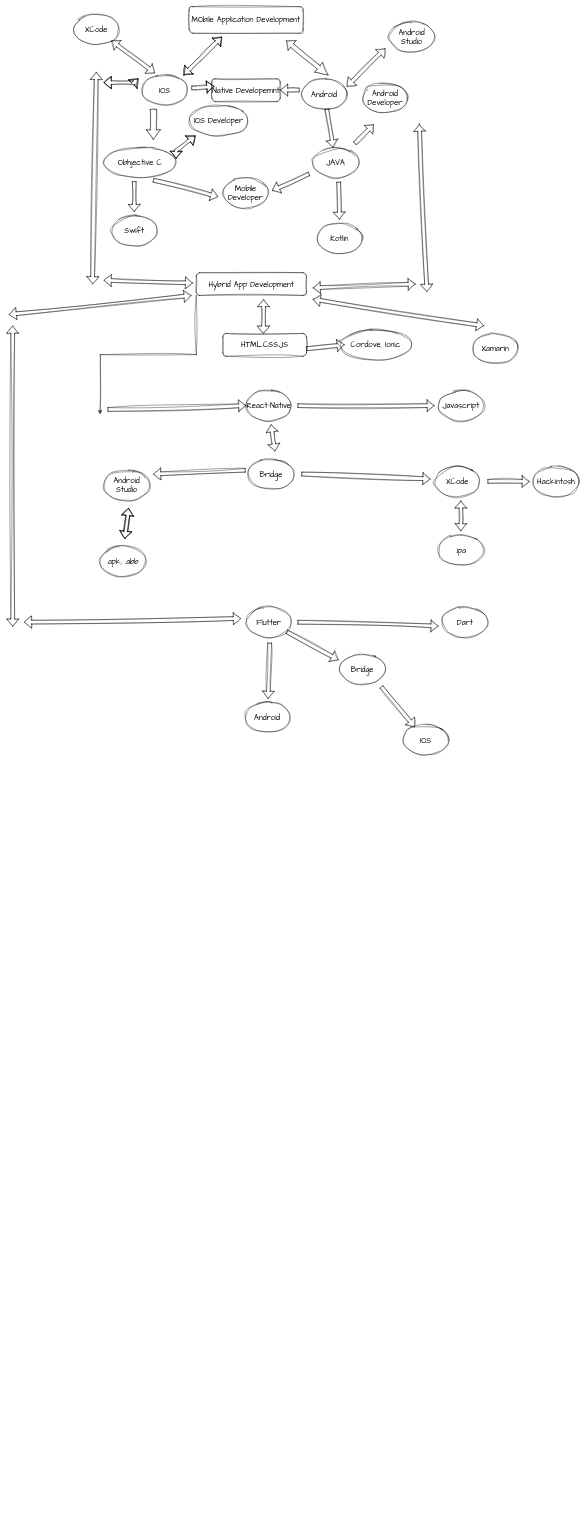
Ahmadjajja/Mobile_Application_Development keeps this draw.io diagram as Class-1 Introduction/Introduction.drawio. Above is the earlier version. Source tidied: cells renumbered, new cells numbered last; positions are measured from the earlier drawing's top-left corner, leaving out a move shared by most shapes. Both pictures are drawn from the tidied source at 38%, with x=0, y=0 at pixel (9, 6).
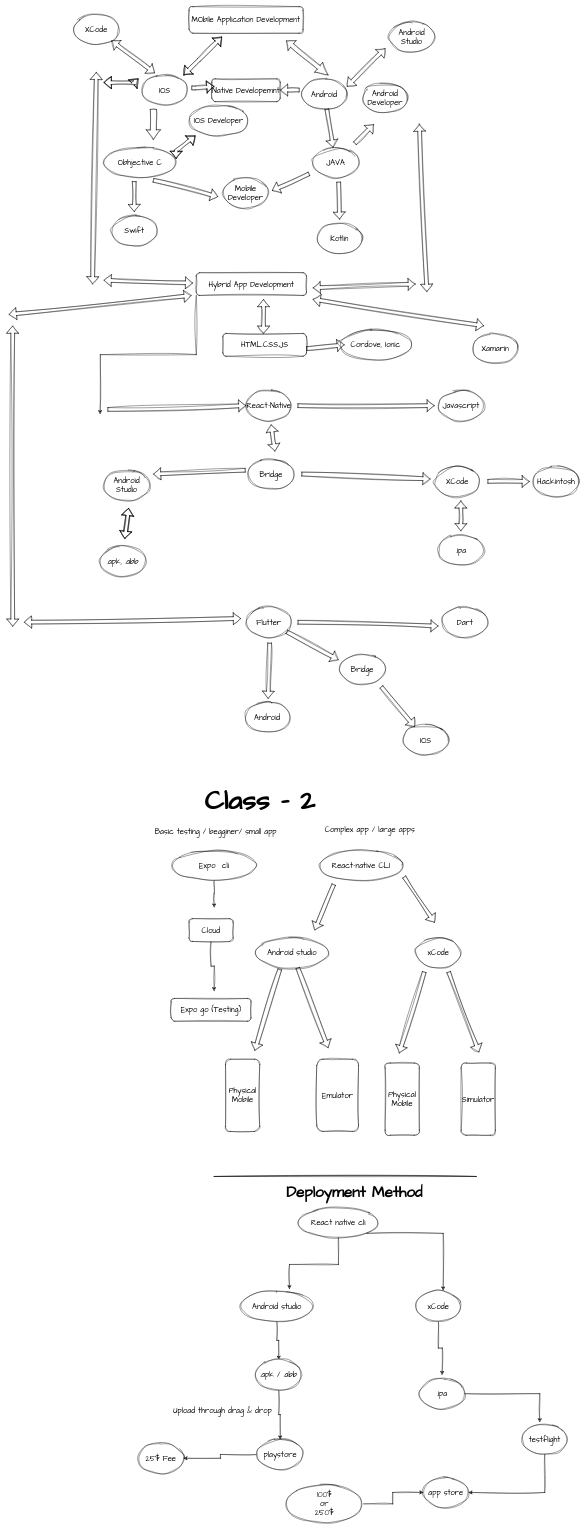
The same page after the edit.

The edit, as a diff of the source:
```diff
@@
+    <mxCell id="71" value="&lt;h1&gt;&lt;font style=&quot;font-size: 72px;&quot;&gt;Class - 2&lt;/font&gt;&lt;/h1&gt;" style="text;html=1;strokeColor=none;fillColor=none;spacing=5;spacingTop=-20;whiteSpace=wrap;overflow=hidden;rounded=0;fontSize=20;fontFamily=Architects Daughter;" parent="1" vertex="1">
+      <mxGeometry x="510" y="2030" width="360" height="120" as="geometry" />
+    </mxCell>
+    <mxCell id="72" style="edgeStyle=orthogonalEdgeStyle;rounded=0;sketch=1;hachureGap=4;jiggle=2;curveFitting=1;jettySize=auto;html=1;exitX=0.5;exitY=1;exitDx=0;exitDy=0;fontFamily=Architects Daughter;fontSize=16;" parent="1" edge="1" source="73">
+      <mxGeometry relative="1" as="geometry">
+        <mxPoint x="540" y="2370" as="targetPoint" />
+      </mxGeometry>
+    </mxCell>
+    <mxCell id="73" value="Expo&amp;nbsp; cli" style="ellipse;whiteSpace=wrap;html=1;sketch=1;hachureGap=4;jiggle=2;curveFitting=1;fontFamily=Architects Daughter;fontSize=20;" parent="1" vertex="1">
+      <mxGeometry x="430" y="2220" width="220" height="80" as="geometry" />
+    </mxCell>
+    <mxCell id="74" value="React-native CLI" style="ellipse;whiteSpace=wrap;html=1;sketch=1;hachureGap=4;jiggle=2;curveFitting=1;fontFamily=Architects Daughter;fontSize=20;" parent="1" vertex="1">
+      <mxGeometry x="817" y="2220" width="220" height="80" as="geometry" />
+    </mxCell>
+    <mxCell id="75" style="edgeStyle=orthogonalEdgeStyle;rounded=0;sketch=1;hachureGap=4;jiggle=2;curveFitting=1;jettySize=auto;html=1;exitX=0.5;exitY=1;exitDx=0;exitDy=0;fontFamily=Architects Daughter;fontSize=16;" parent="1" edge="1" source="76">
+      <mxGeometry relative="1" as="geometry">
+        <mxPoint x="540" y="2590" as="targetPoint" />
+      </mxGeometry>
+    </mxCell>
+    <mxCell id="76" value="Cloud" style="rounded=1;whiteSpace=wrap;html=1;sketch=1;hachureGap=4;jiggle=2;curveFitting=1;fontFamily=Architects Daughter;fontSize=20;" parent="1" vertex="1">
+      <mxGeometry x="474" y="2400" width="116" height="60" as="geometry" />
+    </mxCell>
+    <mxCell id="77" value="Expo go (Testing)" style="rounded=1;whiteSpace=wrap;html=1;sketch=1;hachureGap=4;jiggle=2;curveFitting=1;fontFamily=Architects Daughter;fontSize=20;" parent="1" vertex="1">
+      <mxGeometry x="427" y="2610" width="210" height="60" as="geometry" />
+    </mxCell>
+    <mxCell id="78" value="Basic testing / begginer/ small app" style="text;html=1;align=center;verticalAlign=middle;strokeColor=none;fillColor=none;fontSize=20;fontFamily=Architects Daughter;" parent="1" vertex="1">
+      <mxGeometry x="374" y="2150" width="340" height="40" as="geometry" />
+    </mxCell>
+    <mxCell id="79" value="Complex app / large apps" style="text;html=1;strokeColor=none;fillColor=none;align=center;verticalAlign=middle;whiteSpace=wrap;rounded=0;fontSize=20;fontFamily=Architects Daughter;" parent="1" vertex="1">
+      <mxGeometry x="810" y="2150" width="280" height="30" as="geometry" />
+    </mxCell>
+    <mxCell id="80" style="shape=flexArrow;endArrow=classic;html=1;rounded=0;sketch=1;hachureGap=4;jiggle=2;curveFitting=1;fontFamily=Architects Daughter;fontSize=16;" parent="1" edge="1">
+      <mxGeometry relative="1" as="geometry">
+        <mxPoint x="855" y="2310" as="sourcePoint" />
+        <mxPoint x="805" y="2430" as="targetPoint" />
+      </mxGeometry>
+    </mxCell>
+    <mxCell id="81" style="shape=flexArrow;endArrow=classic;html=1;rounded=0;sketch=1;hachureGap=4;jiggle=2;curveFitting=1;fontFamily=Architects Daughter;fontSize=16;" parent="1" edge="1">
+      <mxGeometry relative="1" as="geometry">
+        <mxPoint x="1040" y="2290" as="sourcePoint" />
+        <mxPoint x="1120" y="2410" as="targetPoint" />
+      </mxGeometry>
+    </mxCell>
+    <mxCell id="82" value="Android studio" style="ellipse;whiteSpace=wrap;html=1;sketch=1;hachureGap=4;jiggle=2;curveFitting=1;fontFamily=Architects Daughter;fontSize=20;" parent="1" vertex="1">
+      <mxGeometry x="650" y="2450" width="190" height="80" as="geometry" />
+    </mxCell>
+    <mxCell id="83" value="xCode" style="ellipse;whiteSpace=wrap;html=1;sketch=1;hachureGap=4;jiggle=2;curveFitting=1;fontFamily=Architects Daughter;fontSize=20;" parent="1" vertex="1">
+      <mxGeometry x="1070" y="2450" width="120" height="80" as="geometry" />
+    </mxCell>
+    <mxCell id="84" style="shape=flexArrow;endArrow=classic;html=1;rounded=0;sketch=1;hachureGap=4;jiggle=2;curveFitting=1;fontFamily=Architects Daughter;fontSize=16;exitX=0.347;exitY=1.076;exitDx=0;exitDy=0;exitPerimeter=0;" parent="1" edge="1">
+      <mxGeometry relative="1" as="geometry">
+        <mxPoint x="713" y="2533" as="sourcePoint" />
+        <mxPoint x="647" y="2747" as="targetPoint" />
+      </mxGeometry>
+    </mxCell>
+    <mxCell id="85" style="shape=flexArrow;endArrow=classic;html=1;rounded=0;sketch=1;hachureGap=4;jiggle=2;curveFitting=1;fontFamily=Architects Daughter;fontSize=16;" parent="1" edge="1" source="82">
+      <mxGeometry relative="1" as="geometry">
+        <mxPoint x="840" y="2740" as="targetPoint" />
+      </mxGeometry>
+    </mxCell>
+    <mxCell id="86" value="Physical Mobile" style="rounded=1;whiteSpace=wrap;html=1;sketch=1;hachureGap=4;jiggle=2;curveFitting=1;fontFamily=Architects Daughter;fontSize=20;" parent="1" vertex="1">
+      <mxGeometry x="570" y="2770" width="90" height="190" as="geometry" />
+    </mxCell>
+    <mxCell id="87" value="Emulator" style="rounded=1;whiteSpace=wrap;html=1;sketch=1;hachureGap=4;jiggle=2;curveFitting=1;fontFamily=Architects Daughter;fontSize=20;" parent="1" vertex="1">
+      <mxGeometry x="810" y="2770" width="110" height="190" as="geometry" />
+    </mxCell>
+    <mxCell id="88" style="shape=flexArrow;endArrow=classic;html=1;rounded=0;sketch=1;hachureGap=4;jiggle=2;curveFitting=1;fontFamily=Architects Daughter;fontSize=16;exitX=0.347;exitY=1.076;exitDx=0;exitDy=0;exitPerimeter=0;" parent="1" edge="1">
+      <mxGeometry relative="1" as="geometry">
+        <mxPoint x="1093" y="2540" as="sourcePoint" />
+        <mxPoint x="1027" y="2753.9" as="targetPoint" />
+      </mxGeometry>
+    </mxCell>
+    <mxCell id="89" style="shape=flexArrow;endArrow=classic;html=1;rounded=0;sketch=1;hachureGap=4;jiggle=2;curveFitting=1;fontFamily=Architects Daughter;fontSize=16;" parent="1" edge="1">
+      <mxGeometry relative="1" as="geometry">
+        <mxPoint x="1157" y="2540" as="sourcePoint" />
+        <mxPoint x="1237" y="2751" as="targetPoint" />
+      </mxGeometry>
+    </mxCell>
+    <mxCell id="90" value="Simulator" style="rounded=1;whiteSpace=wrap;html=1;sketch=1;hachureGap=4;jiggle=2;curveFitting=1;fontFamily=Architects Daughter;fontSize=20;" parent="1" vertex="1">
+      <mxGeometry x="1190" y="2780" width="90" height="190" as="geometry" />
+    </mxCell>
+    <mxCell id="91" value="Physical Mobile" style="rounded=1;whiteSpace=wrap;html=1;sketch=1;hachureGap=4;jiggle=2;curveFitting=1;fontFamily=Architects Daughter;fontSize=20;" parent="1" vertex="1">
+      <mxGeometry x="990" y="2780" width="90" height="190" as="geometry" />
+    </mxCell>
+    <mxCell id="92" style="endArrow=none;html=1;rounded=0;sketch=1;hachureGap=4;jiggle=2;curveFitting=1;fontFamily=Architects Daughter;fontSize=16;" parent="1" edge="1">
+      <mxGeometry relative="1" as="geometry">
+        <mxPoint x="540" y="3078.5" as="sourcePoint" />
+        <mxPoint x="1230" y="3078.5" as="targetPoint" />
+      </mxGeometry>
+    </mxCell>
+    <mxCell id="93" value="React native cli" style="ellipse;whiteSpace=wrap;html=1;sketch=1;hachureGap=4;jiggle=2;curveFitting=1;fontFamily=Architects Daughter;fontSize=20;" parent="1" vertex="1">
+      <mxGeometry x="762" y="3160" width="210" height="80" as="geometry" />
+    </mxCell>
+    <mxCell id="94" style="edgeStyle=orthogonalEdgeStyle;rounded=0;sketch=1;hachureGap=4;jiggle=2;curveFitting=1;jettySize=auto;html=1;exitX=0.5;exitY=1;exitDx=0;exitDy=0;entryX=0.5;entryY=0;entryDx=0;entryDy=0;fontFamily=Architects Daughter;fontSize=16;" parent="1" edge="1" source="95" target="101">
+      <mxGeometry relative="1" as="geometry" />
+    </mxCell>
+    <mxCell id="95" value="Android studio" style="ellipse;whiteSpace=wrap;html=1;sketch=1;hachureGap=4;jiggle=2;curveFitting=1;fontFamily=Architects Daughter;fontSize=20;" parent="1" vertex="1">
+      <mxGeometry x="610" y="3380" width="190" height="80" as="geometry" />
+    </mxCell>
+    <mxCell id="96" style="edgeStyle=orthogonalEdgeStyle;rounded=0;sketch=1;hachureGap=4;jiggle=2;curveFitting=1;jettySize=auto;html=1;exitX=0.5;exitY=1;exitDx=0;exitDy=0;entryX=0.675;entryY=-0.071;entryDx=0;entryDy=0;entryPerimeter=0;fontFamily=Architects Daughter;fontSize=16;" parent="1" edge="1" source="93" target="95">
+      <mxGeometry relative="1" as="geometry" />
+    </mxCell>
+    <mxCell id="97" style="edgeStyle=orthogonalEdgeStyle;rounded=0;sketch=1;hachureGap=4;jiggle=2;curveFitting=1;jettySize=auto;html=1;exitX=0.5;exitY=1;exitDx=0;exitDy=0;fontFamily=Architects Daughter;fontSize=16;" parent="1" edge="1" source="98">
+      <mxGeometry relative="1" as="geometry">
+        <mxPoint x="1140" y="3600" as="targetPoint" />
+      </mxGeometry>
+    </mxCell>
+    <mxCell id="98" value="xCode" style="ellipse;whiteSpace=wrap;html=1;sketch=1;hachureGap=4;jiggle=2;curveFitting=1;fontFamily=Architects Daughter;fontSize=20;" parent="1" vertex="1">
+      <mxGeometry x="1070" y="3380" width="120" height="80" as="geometry" />
+    </mxCell>
+    <mxCell id="99" style="edgeStyle=orthogonalEdgeStyle;rounded=0;sketch=1;hachureGap=4;jiggle=2;curveFitting=1;jettySize=auto;html=1;exitX=1;exitY=1;exitDx=0;exitDy=0;entryX=0.606;entryY=-0.026;entryDx=0;entryDy=0;entryPerimeter=0;fontFamily=Architects Daughter;fontSize=16;" parent="1" edge="1" source="93" target="98">
+      <mxGeometry relative="1" as="geometry" />
+    </mxCell>
+    <mxCell id="100" style="edgeStyle=orthogonalEdgeStyle;rounded=0;sketch=1;hachureGap=4;jiggle=2;curveFitting=1;jettySize=auto;html=1;exitX=0.5;exitY=1;exitDx=0;exitDy=0;fontFamily=Architects Daughter;fontSize=16;" parent="1" edge="1" source="101" target="103">
+      <mxGeometry relative="1" as="geometry" />
+    </mxCell>
+    <mxCell id="101" value=".apk / .abb" style="ellipse;whiteSpace=wrap;html=1;sketch=1;hachureGap=4;jiggle=2;curveFitting=1;fontFamily=Architects Daughter;fontSize=20;" parent="1" vertex="1">
+      <mxGeometry x="650" y="3560" width="120" height="80" as="geometry" />
+    </mxCell>
+    <mxCell id="102" style="edgeStyle=orthogonalEdgeStyle;rounded=0;sketch=1;hachureGap=4;jiggle=2;curveFitting=1;jettySize=auto;html=1;exitX=0;exitY=0.5;exitDx=0;exitDy=0;entryX=1;entryY=0.5;entryDx=0;entryDy=0;fontFamily=Architects Daughter;fontSize=16;" parent="1" edge="1" source="103" target="104">
+      <mxGeometry relative="1" as="geometry" />
+    </mxCell>
+    <mxCell id="103" value="playstore" style="ellipse;whiteSpace=wrap;html=1;sketch=1;hachureGap=4;jiggle=2;curveFitting=1;fontFamily=Architects Daughter;fontSize=20;" parent="1" vertex="1">
+      <mxGeometry x="654" y="3770" width="120" height="80" as="geometry" />
+    </mxCell>
+    <mxCell id="104" value="25$ Fee" style="ellipse;whiteSpace=wrap;html=1;sketch=1;hachureGap=4;jiggle=2;curveFitting=1;fontFamily=Architects Daughter;fontSize=20;" parent="1" vertex="1">
+      <mxGeometry x="340" y="3780" width="120" height="80" as="geometry" />
+    </mxCell>
+    <mxCell id="105" value=".ipa" style="ellipse;whiteSpace=wrap;html=1;sketch=1;hachureGap=4;jiggle=2;curveFitting=1;fontFamily=Architects Daughter;fontSize=20;" parent="1" vertex="1">
+      <mxGeometry x="1080" y="3610" width="120" height="80" as="geometry" />
+    </mxCell>
+    <mxCell id="106" value="app store" style="ellipse;whiteSpace=wrap;html=1;sketch=1;hachureGap=4;jiggle=2;curveFitting=1;fontFamily=Architects Daughter;fontSize=20;" parent="1" vertex="1">
+      <mxGeometry x="1090" y="3870" width="120" height="80" as="geometry" />
+    </mxCell>
+    <mxCell id="107" value="Upload through drag &amp;amp; drop" style="text;html=1;strokeColor=none;fillColor=none;align=center;verticalAlign=middle;whiteSpace=wrap;rounded=0;fontSize=20;fontFamily=Architects Daughter;" parent="1" vertex="1">
+      <mxGeometry x="420" y="3680" width="285" height="30" as="geometry" />
+    </mxCell>
+    <mxCell id="108" style="edgeStyle=orthogonalEdgeStyle;rounded=0;sketch=1;hachureGap=4;jiggle=2;curveFitting=1;jettySize=auto;html=1;exitX=0.5;exitY=1;exitDx=0;exitDy=0;entryX=1;entryY=0.5;entryDx=0;entryDy=0;fontFamily=Architects Daughter;fontSize=16;" parent="1" edge="1" source="109" target="106">
+      <mxGeometry relative="1" as="geometry" />
+    </mxCell>
+    <mxCell id="109" value="testflight" style="ellipse;whiteSpace=wrap;html=1;sketch=1;hachureGap=4;jiggle=2;curveFitting=1;fontFamily=Architects Daughter;fontSize=20;" parent="1" vertex="1">
+      <mxGeometry x="1350" y="3730" width="120" height="80" as="geometry" />
+    </mxCell>
+    <mxCell id="110" style="edgeStyle=orthogonalEdgeStyle;rounded=0;sketch=1;hachureGap=4;jiggle=2;curveFitting=1;jettySize=auto;html=1;exitX=1;exitY=0.5;exitDx=0;exitDy=0;entryX=0.391;entryY=-0.068;entryDx=0;entryDy=0;entryPerimeter=0;fontFamily=Architects Daughter;fontSize=16;" parent="1" edge="1" source="105" target="109">
+      <mxGeometry relative="1" as="geometry" />
+    </mxCell>
+    <mxCell id="111" style="edgeStyle=orthogonalEdgeStyle;rounded=0;sketch=1;hachureGap=4;jiggle=2;curveFitting=1;jettySize=auto;html=1;exitX=1;exitY=0.5;exitDx=0;exitDy=0;entryX=0;entryY=0.5;entryDx=0;entryDy=0;fontFamily=Architects Daughter;fontSize=16;" parent="1" edge="1" source="112" target="106">
+      <mxGeometry relative="1" as="geometry" />
+    </mxCell>
+    <mxCell id="112" value="100$&lt;br&gt;or&lt;br&gt;250$" style="ellipse;whiteSpace=wrap;html=1;sketch=1;hachureGap=4;jiggle=2;curveFitting=1;fontFamily=Architects Daughter;fontSize=20;" parent="1" vertex="1">
+      <mxGeometry x="730" y="3890" width="200" height="100" as="geometry" />
+    </mxCell>
+    <mxCell id="113" value="&lt;h1&gt;Deployment Method&lt;/h1&gt;" style="text;html=1;strokeColor=none;fillColor=none;spacing=5;spacingTop=-20;whiteSpace=wrap;overflow=hidden;rounded=0;fontSize=20;fontFamily=Architects Daughter;" parent="1" vertex="1">
+      <mxGeometry x="725" y="3080" width="450" height="120" as="geometry" />
+    </mxCell>
+    <mxCell id="114" style="endArrow=none;html=1;rounded=0;sketch=1;hachureGap=4;jiggle=2;curveFitting=1;fontFamily=Architects Daughter;fontSize=16;" parent="1" edge="1">
+      <mxGeometry relative="1" as="geometry">
+        <mxPoint x="540" y="3078.5" as="sourcePoint" />
+        <mxPoint x="1230" y="3078.5" as="targetPoint" />
+      </mxGeometry>
+    </mxCell>
```
